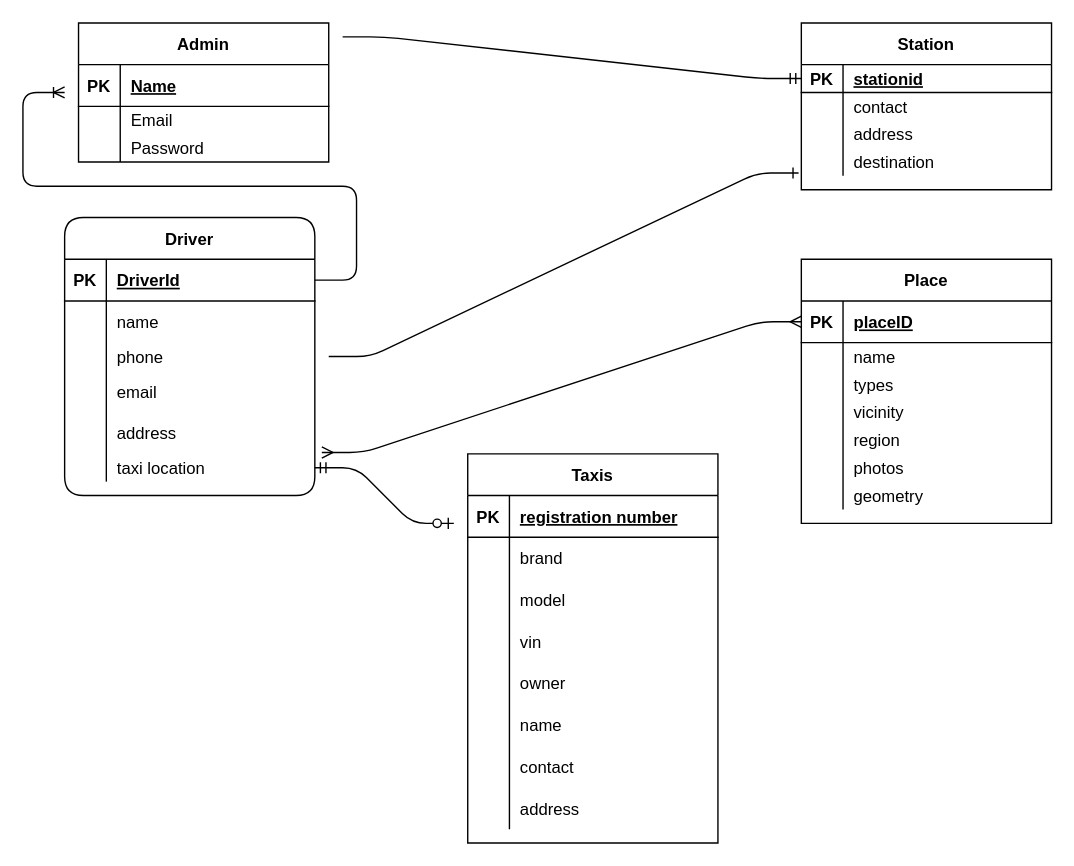
This is src/api/v1/models/Untitled Diagram.drawio from isaacgyamfi/transitter-api, a draw.io file, before an edit. Source tidied: cells renumbered, new cells numbered last; positions are measured from the earlier drawing's top-left corner, leaving out a move shared by most shapes. Both pictures are drawn from the tidied source at 139%, with x=0, y=0 at pixel (64, 22).
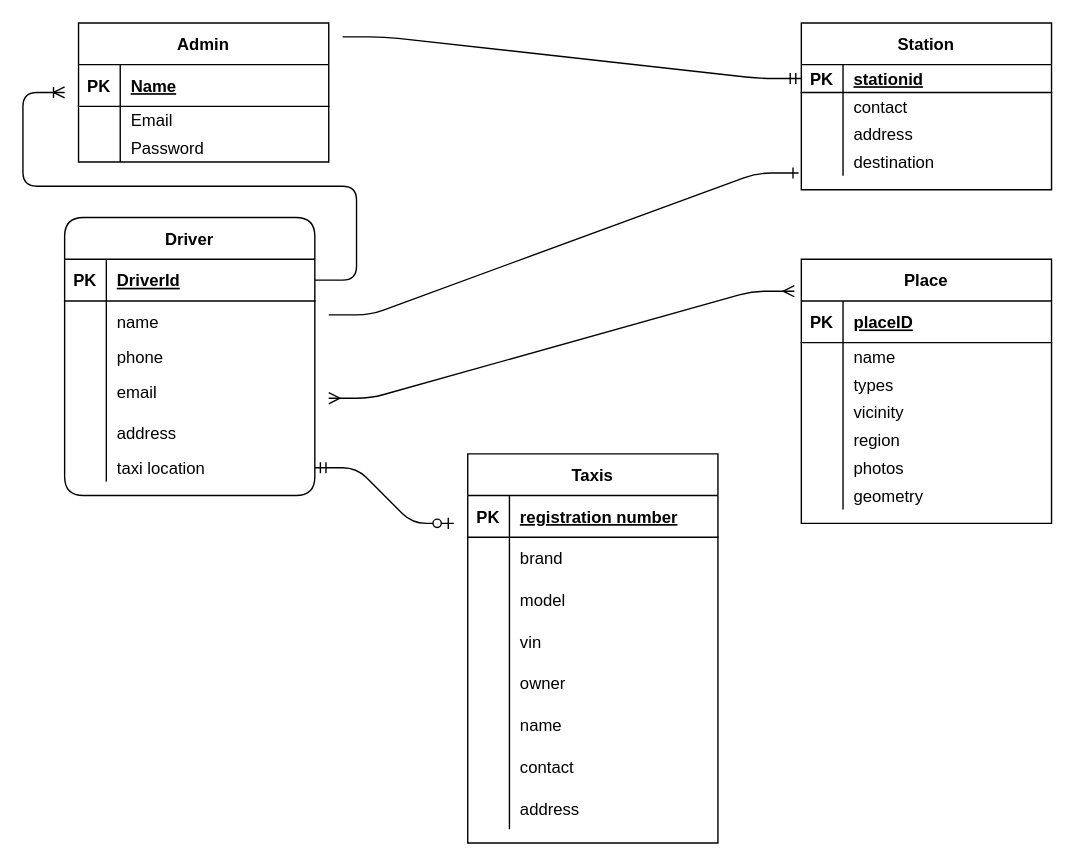
The same page after the edit.

The change refers to these unchanged cells:
```xml
<mxCell id="12" style="shape=partialRectangle;fillColor=none;top=0;left=0;bottom=0;right=0;points=[[0,0.5],[1,0.5]];portConstraint=eastwest;" parent="2" vertex="1">
  <mxGeometry y="90" width="180" height="20" as="geometry" />
</mxCell>
<mxCell id="41" style="shape=partialRectangle;fillColor=none;top=0;left=0;bottom=0;right=0;points=[[0,0.5],[1,0.5]];portConstraint=eastwest;" parent="25" vertex="1">
  <mxGeometry y="170" width="180" height="20" as="geometry" />
</mxCell>
<mxCell id="44" value="Place" style="shape=table;startSize=30;childLayout=tableLayout;rowLines=0;fontStyle=1;align=center;" parent="1" vertex="1">
  <mxGeometry x="530" y="170" width="180" height="190" as="geometry" />
</mxCell>
<mxCell id="45" style="shape=partialRectangle;fillColor=none;top=0;left=0;bottom=1;right=0;points=[[0,0.5],[1,0.5]];portConstraint=eastwest;" parent="44" vertex="1">
  <mxGeometry y="30" width="180" height="30" as="geometry" />
</mxCell>
```

Diff of the diagram source:
```diff
@@
     <mxCell id="67" style="edgeStyle=entityRelationEdgeStyle;fontSize=12;html=1;endArrow=ERone;endFill=1;entryX=-0.011;entryY=0.9;entryDx=0;entryDy=0;entryPerimeter=0;" parent="1" edge="1" target="12">
       <mxGeometry relative="1" as="geometry">
-        <mxPoint x="190" y="240" as="sourcePoint" />
+        <mxPoint x="190" y="210" as="sourcePoint" />
       </mxGeometry>
     </mxCell>
-    <mxCell id="68" style="edgeStyle=entityRelationEdgeStyle;fontSize=12;html=1;endArrow=ERmany;startArrow=ERmany;exitX=1.028;exitY=-0.05;exitDx=0;exitDy=0;entryX=0;entryY=0.5;entryDx=0;entryDy=0;exitPerimeter=0;" parent="1" edge="1" source="41" target="45">
-      <mxGeometry relative="1" as="geometry" />
+    <mxCell id="68" style="edgeStyle=entityRelationEdgeStyle;fontSize=12;html=1;endArrow=ERmany;startArrow=ERmany;entryX=-0.028;entryY=0.121;entryDx=0;entryDy=0;entryPerimeter=0;" parent="1" edge="1" target="44">
+      <mxGeometry relative="1" as="geometry">
+        <mxPoint x="190" y="270" as="sourcePoint" />
+      </mxGeometry>
     </mxCell>
```
